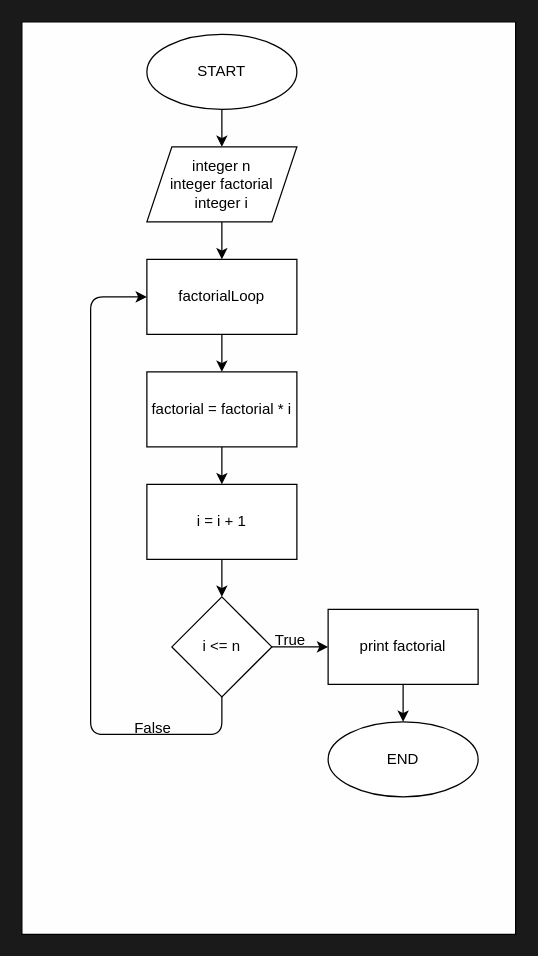
Earlier version of the draw.io diagram factorial.drawio (nicholascabrera/GT-Programming-Language). Source tidied: cells renumbered, new cells numbered last; positions are measured from the earlier drawing's top-left corner, leaving out a move shared by most shapes. Both pictures are drawn from the tidied source at 125%, with x=0, y=0 at pixel (21, 21).
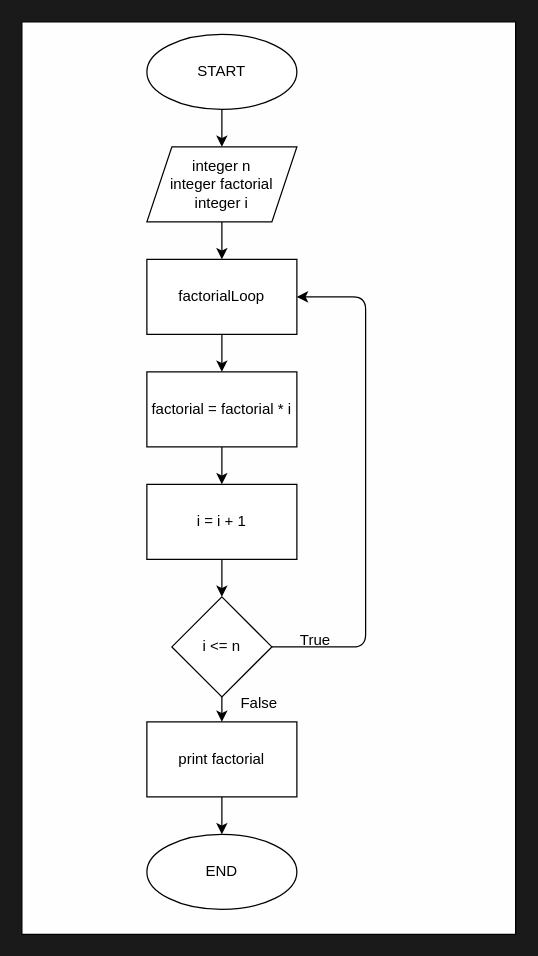
After the change.

Unchanged cells that the change refers to:
```xml
<mxCell id="8" value="factorialLoop" style="rounded=0;whiteSpace=wrap;html=1;" parent="1" vertex="1">
  <mxGeometry x="100" y="190" width="120" height="60" as="geometry" />
</mxCell>
<mxCell id="15" value="i &amp;lt;= n" style="rhombus;whiteSpace=wrap;html=1;" parent="1" vertex="1">
  <mxGeometry x="120" y="460" width="80" height="80" as="geometry" />
</mxCell>
```

Diff of the diagram source:
```diff
@@
-    <mxCell id="13" style="edgeStyle=none;html=1;exitX=1;exitY=0.5;exitDx=0;exitDy=0;entryX=0;entryY=0.5;entryDx=0;entryDy=0;" parent="1" edge="1" source="15" target="17">
-      <mxGeometry relative="1" as="geometry" />
-    </mxCell>
-    <mxCell id="14" style="edgeStyle=none;html=1;exitX=0.5;exitY=1;exitDx=0;exitDy=0;entryX=0;entryY=0.5;entryDx=0;entryDy=0;" parent="1" edge="1" source="15" target="8">
-      <mxGeometry relative="1" as="geometry">
-        <Array as="points">
-          <mxPoint x="160" y="570" />
-          <mxPoint x="55" y="570" />
-          <mxPoint x="55" y="220" />
-        </Array>
-      </mxGeometry>
+    <mxCell id="14" style="edgeStyle=none;html=1;exitX=0.5;exitY=1;exitDx=0;exitDy=0;entryX=0.5;entryY=0;entryDx=0;entryDy=0;" parent="1" edge="1" source="15" target="17">
+      <mxGeometry relative="1" as="geometry" />
     </mxCell>
+    <mxCell id="22" style="edgeStyle=none;html=1;exitX=1;exitY=0.5;exitDx=0;exitDy=0;entryX=1;entryY=0.5;entryDx=0;entryDy=0;" parent="1" edge="1" source="15" target="8">
+      <mxGeometry relative="1" as="geometry">
+        <Array as="points">
+          <mxPoint x="275" y="500" />
+          <mxPoint x="275" y="220" />
+        </Array>
+      </mxGeometry>
+    </mxCell>
@@
-    <mxCell id="16" style="edgeStyle=none;html=1;" parent="1" edge="1" source="17" target="18">
+    <mxCell id="16" style="edgeStyle=none;html=1;exitX=0.5;exitY=1;exitDx=0;exitDy=0;entryX=0.5;entryY=0;entryDx=0;entryDy=0;" parent="1" edge="1" source="17" target="18">
       <mxGeometry relative="1" as="geometry" />
     </mxCell>
     <mxCell id="17" value="print factorial" style="rounded=0;whiteSpace=wrap;html=1;" parent="1" vertex="1">
-      <mxGeometry x="245" y="470" width="120" height="60" as="geometry" />
+      <mxGeometry x="100" y="560" width="120" height="60" as="geometry" />
     </mxCell>
     <mxCell id="18" value="END" style="ellipse;whiteSpace=wrap;html=1;" parent="1" vertex="1">
-      <mxGeometry x="245" y="560" width="120" height="60" as="geometry" />
+      <mxGeometry x="100" y="650" width="120" height="60" as="geometry" />
     </mxCell>
@@
     <mxCell id="20" value="False" style="text;html=1;strokeColor=none;fillColor=none;align=center;verticalAlign=middle;whiteSpace=wrap;rounded=0;" parent="1" vertex="1">
-      <mxGeometry x="75" y="550" width="60" height="30" as="geometry" />
+      <mxGeometry x="160" y="530" width="60" height="30" as="geometry" />
     </mxCell>
     <mxCell id="21" value="True" style="text;html=1;strokeColor=none;fillColor=none;align=center;verticalAlign=middle;whiteSpace=wrap;rounded=0;" parent="1" vertex="1">
-      <mxGeometry x="185" y="480" width="60" height="30" as="geometry" />
+      <mxGeometry x="205" y="480" width="60" height="30" as="geometry" />
     </mxCell>
```
